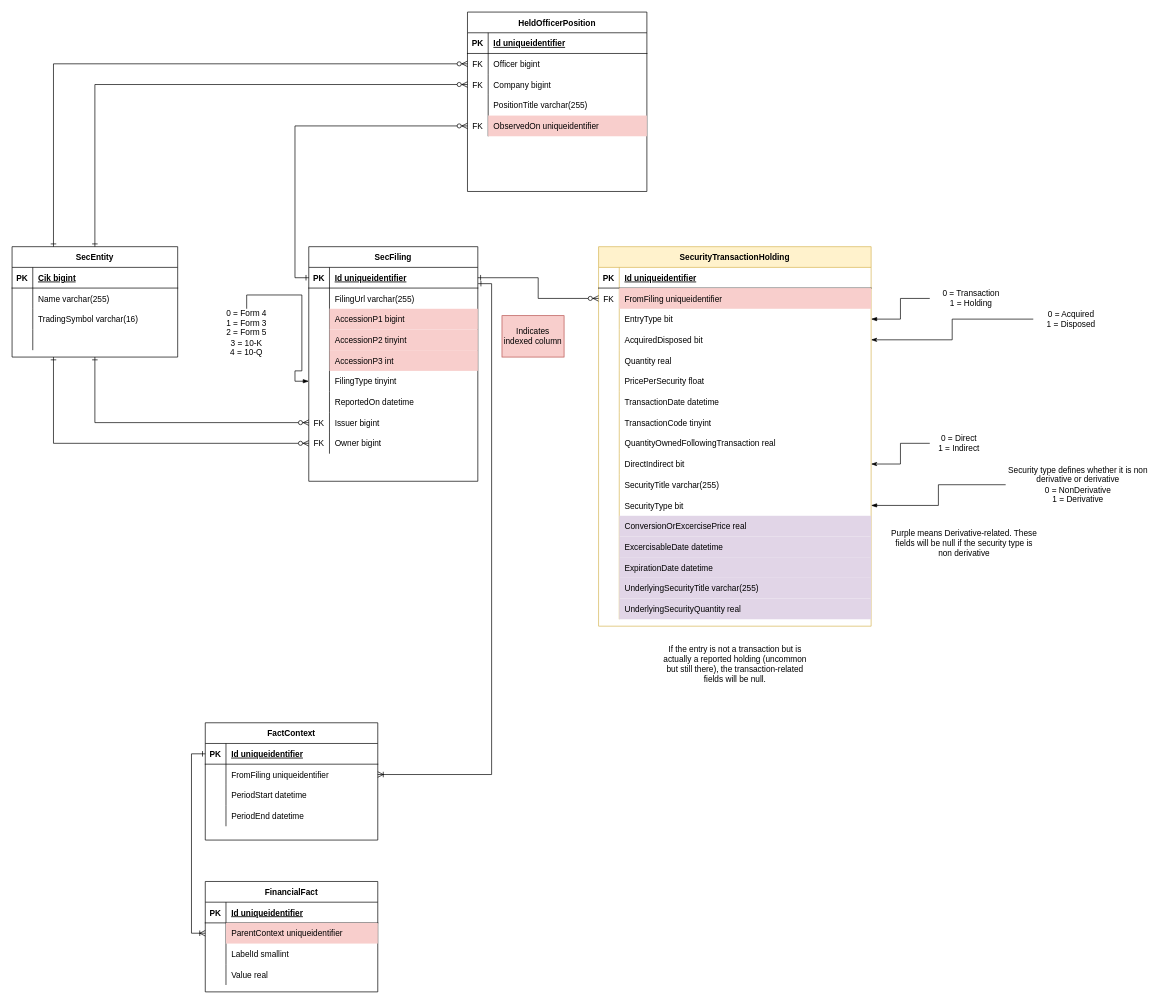
Before: page "Filing-Derived" (1 of 3) of AletheiaErd.drawio in TimHanewich/Aletheia-Engine-Library, a draw.io diagram. Source tidied: cells renumbered, new cells numbered last; positions are measured from the earlier drawing's top-left corner, leaving out a move shared by most shapes. Both pictures are drawn from the tidied source at 69%, with x=0, y=0 at pixel (12, 12).
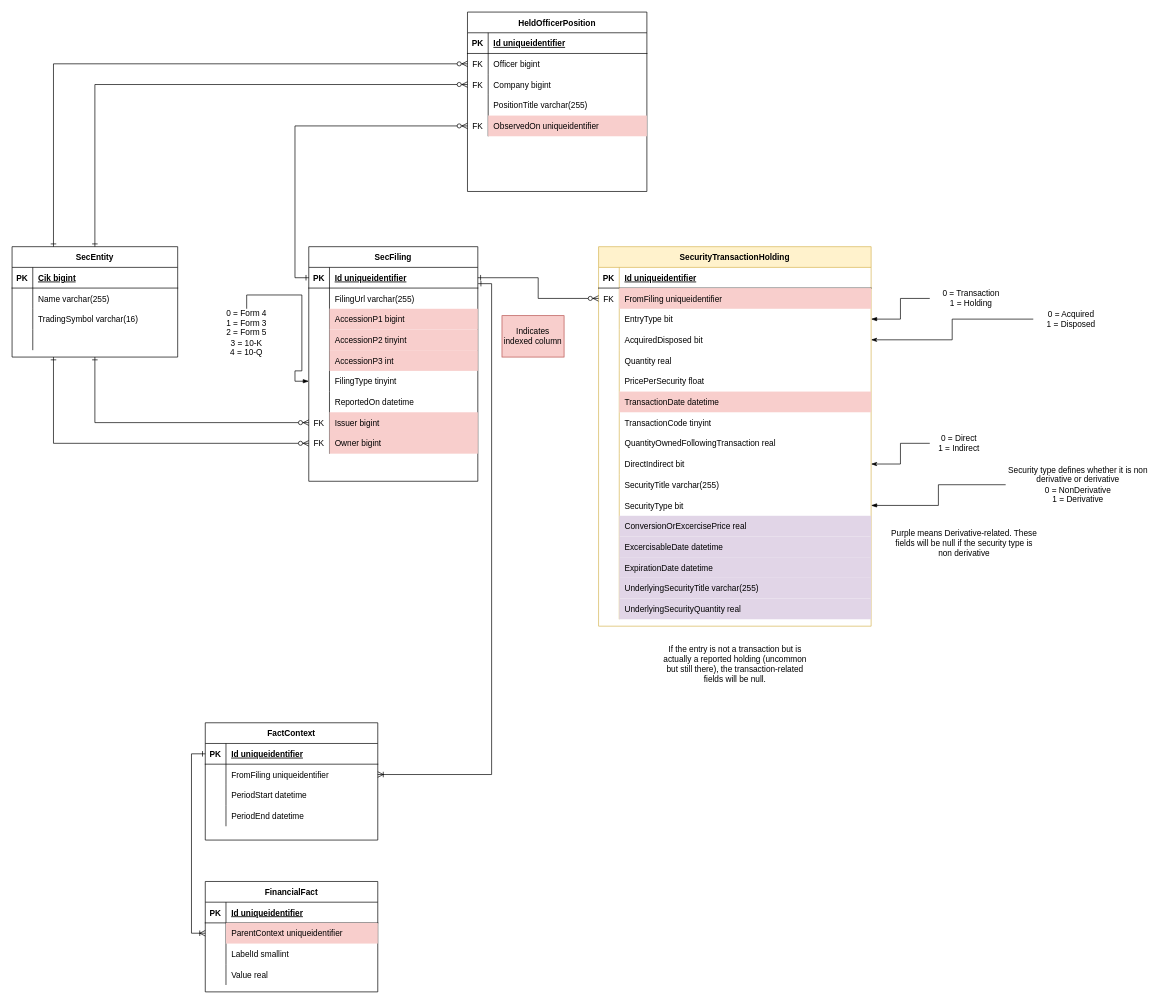
The same diagram, later.

The change refers to these unchanged cells:
```xml
<mxCell id="34" style="shape=partialRectangle;fillColor=none;top=0;left=0;bottom=0;right=0;" parent="15" vertex="1">
  <mxGeometry y="210" width="395" height="30" as="geometry" />
</mxCell>
<mxCell id="115" style="shape=partialRectangle;fillColor=none;top=0;left=0;bottom=0;right=0;points=[[0,0.5],[1,0.5]];portConstraint=eastwest;" parent="93" vertex="1">
  <mxGeometry y="240" width="245" height="30" as="geometry" />
</mxCell>
<mxCell id="118" style="shape=partialRectangle;fillColor=none;top=0;left=0;bottom=0;right=0;points=[[0,0.5],[1,0.5]];portConstraint=eastwest;" parent="93" vertex="1">
  <mxGeometry y="270" width="245" height="30" as="geometry" />
</mxCell>
```

What changed in the source:
```diff
@@
-    <mxCell id="36" value="TransactionDate datetime" style="shape=partialRectangle;fillColor=none;top=0;left=0;bottom=0;right=0;align=left;spacingLeft=6;overflow=hidden;" parent="34" vertex="1">
+    <mxCell id="36" value="TransactionDate datetime" style="shape=partialRectangle;fillColor=#f8cecc;top=0;left=0;bottom=0;right=0;align=left;spacingLeft=6;overflow=hidden;strokeColor=#b85450;" parent="34" vertex="1">
       <mxGeometry x="30" width="365" height="30" as="geometry" />
     </mxCell>
@@
-    <mxCell id="117" value="Issuer bigint" style="shape=partialRectangle;fillColor=none;top=0;left=0;bottom=0;right=0;align=left;spacingLeft=6;overflow=hidden;" parent="115" vertex="1">
+    <mxCell id="117" value="Issuer bigint" style="shape=partialRectangle;fillColor=#f8cecc;top=0;left=0;bottom=0;right=0;align=left;spacingLeft=6;overflow=hidden;strokeColor=#b85450;" parent="115" vertex="1">
       <mxGeometry x="30" width="215" height="30" as="geometry" />
     </mxCell>
@@
-    <mxCell id="120" value="Owner bigint" style="shape=partialRectangle;fillColor=none;top=0;left=0;bottom=0;right=0;align=left;spacingLeft=6;overflow=hidden;" parent="118" vertex="1">
+    <mxCell id="120" value="Owner bigint" style="shape=partialRectangle;fillColor=#f8cecc;top=0;left=0;bottom=0;right=0;align=left;spacingLeft=6;overflow=hidden;strokeColor=#b85450;" parent="118" vertex="1">
       <mxGeometry x="30" width="215" height="30" as="geometry" />
     </mxCell>
```
